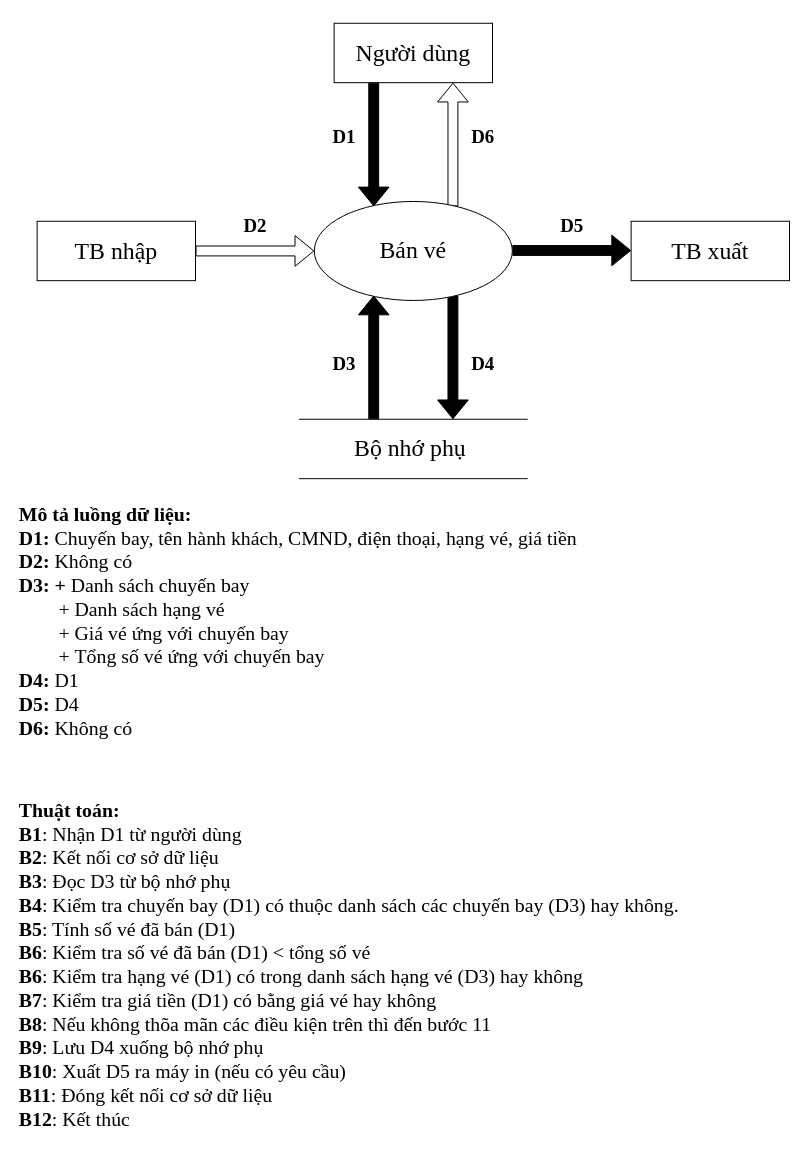
Before: DFD/yc2_luu_tru.drawio in phat9824/Flight_ticket_manegement, a draw.io diagram. Source tidied: cells renumbered, new cells numbered last; positions are measured from the earlier drawing's top-left corner, leaving out a move shared by most shapes. Both pictures are drawn from the tidied source at 99%, with x=0, y=0 at pixel (17, 23).
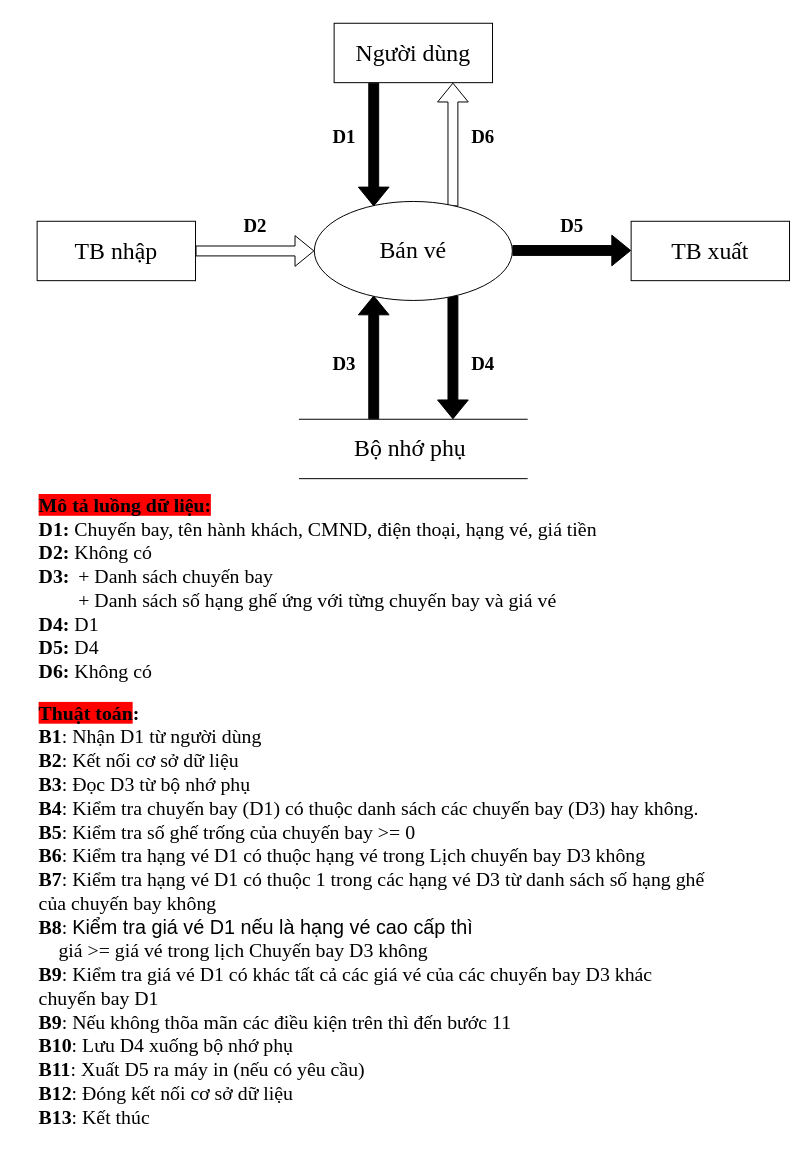
The same page after the edit.

Diff of the diagram source:
```diff
@@
-    <mxCell id="19" value="&lt;font face=&quot;Times New Roman&quot; style=&quot;font-size: 20px;&quot;&gt;&lt;b&gt;Mô tả luồng dữ liệu:&lt;br&gt;D1: &lt;/b&gt;Chuyến bay, tên hành khách, CMND, điện thoại, hạng vé, giá tiền&lt;br&gt;&lt;div style=&quot;&quot;&gt;&lt;b style=&quot;background-color: initial;&quot;&gt;D2: &lt;/b&gt;&lt;span style=&quot;background-color: initial;&quot;&gt;Không có&lt;/span&gt;&lt;/div&gt;&lt;b&gt;D3: +&amp;nbsp;&lt;/b&gt;Danh sách chuyến bay&lt;br&gt;&lt;span style=&quot;white-space: pre;&quot;&gt;&#9;&lt;/span&gt;+&amp;nbsp;Danh sách hạng vé&lt;br&gt;&lt;span style=&quot;white-space: pre;&quot;&gt;&#9;&lt;/span&gt;+ Giá vé ứng với chuyến bay&lt;br&gt;&lt;span style=&quot;white-space: pre;&quot;&gt;&#9;&lt;/span&gt;+&amp;nbsp;Tổng số vé ứng với chuyến bay&lt;br&gt;&lt;b&gt;D4: &lt;/b&gt;D1&lt;br&gt;&lt;b&gt;D5: &lt;/b&gt;D4&lt;br&gt;&lt;b&gt;D6: &lt;/b&gt;Không có&lt;/font&gt;" style="text;html=1;align=left;verticalAlign=middle;whiteSpace=wrap;rounded=0;" parent="1" vertex="1">
-      <mxGeometry y="490" width="610" height="225" as="geometry" />
+    <mxCell id="19" value="&lt;font face=&quot;Times New Roman&quot; style=&quot;font-size: 20px;&quot;&gt;&lt;b&gt;&lt;span style=&quot;background-color: rgb(255, 0, 0);&quot;&gt;Mô tả luồng dữ liệu:&lt;br&gt;&lt;/span&gt;D1: &lt;/b&gt;Chuyến bay, tên hành khách, CMND, điện thoại, hạng vé, giá tiền&lt;br&gt;&lt;div style=&quot;&quot;&gt;&lt;b style=&quot;background-color: initial;&quot;&gt;D2: &lt;/b&gt;&lt;span style=&quot;background-color: initial;&quot;&gt;Không có&lt;/span&gt;&lt;/div&gt;&lt;b&gt;D3: &lt;/b&gt;&lt;span style=&quot;font-weight: bold; white-space: pre;&quot;&gt;&#9;&lt;/span&gt;+&lt;b&gt;&amp;nbsp;&lt;/b&gt;Danh sách chuyến bay&amp;nbsp;&lt;br&gt;&lt;span style=&quot;white-space: pre;&quot;&gt;&#9;&lt;/span&gt;+ Danh sách số hạng ghế ứng với từng chuyến bay và giá vé&amp;nbsp;&lt;br&gt;&lt;b&gt;D4: &lt;/b&gt;D1&lt;br&gt;&lt;b&gt;D5: &lt;/b&gt;D4&lt;br&gt;&lt;b&gt;D6: &lt;/b&gt;Không có&lt;/font&gt;" style="text;html=1;align=left;verticalAlign=middle;whiteSpace=wrap;rounded=0;" parent="1" vertex="1">
+      <mxGeometry x="20" y="470" width="590" height="200" as="geometry" />
     </mxCell>
-    <mxCell id="20" value="&lt;font style=&quot;font-size: 20px;&quot;&gt;&lt;font face=&quot;Times New Roman&quot;&gt;&lt;b&gt;Thuật toán:&lt;br&gt;B1&lt;/b&gt;: Nhận D1 từ người dùng&lt;br&gt;&lt;b&gt;B2&lt;/b&gt;: Kết nối cơ sở dữ liệu&lt;br&gt;&lt;b&gt;B3&lt;/b&gt;: Đọc D3 từ bộ nhớ phụ&lt;br&gt;&lt;b&gt;B4&lt;/b&gt;: Kiểm tra chuyến bay (D1) có thuộc danh sách các chuyến bay (D3) hay không.&lt;br&gt;&lt;b&gt;B5&lt;/b&gt;: Tính số vé đã bán (D1)&lt;br&gt;&lt;b&gt;B6&lt;/b&gt;: Kiểm tra số vé đã bán (D1) &amp;lt; tổng số vé&lt;br&gt;&lt;b&gt;B6&lt;/b&gt;: Kiểm tra hạng vé (D1) có trong danh sách hạng vé (D3) hay không&lt;br&gt;&lt;b&gt;B7&lt;/b&gt;: Kiểm tra giá tiền (D1) có bằng giá vé hay không&lt;br&gt;&lt;b&gt;B8&lt;/b&gt;: Nếu không thõa mãn các điều kiện trên thì đến bước 11&lt;br&gt;&lt;b&gt;B9&lt;/b&gt;: Lưu D4 xuống bộ nhớ phụ&lt;br&gt;&lt;b&gt;B10&lt;/b&gt;: Xuất D5 ra máy in (nếu có yêu cầu)&lt;br&gt;&lt;b&gt;B11&lt;/b&gt;: Đóng kết nối cơ sở dữ liệu&lt;br&gt;&lt;b&gt;B12&lt;/b&gt;: Kết thúc&lt;/font&gt;&lt;br&gt;&lt;/font&gt;" style="text;html=1;align=left;verticalAlign=middle;whiteSpace=wrap;rounded=0;" parent="1" vertex="1">
-      <mxGeometry y="770" width="680" height="360" as="geometry" />
+    <mxCell id="20" value="&lt;font style=&quot;font-size: 20px;&quot;&gt;&lt;font face=&quot;Times New Roman&quot;&gt;&lt;b&gt;&lt;span style=&quot;background-color: rgb(255, 0, 0);&quot;&gt;Thuật toán&lt;/span&gt;:&lt;br&gt;B1&lt;/b&gt;: Nhận D1 từ người dùng&lt;br&gt;&lt;b&gt;B2&lt;/b&gt;: Kết nối cơ sở dữ liệu&lt;br&gt;&lt;b&gt;B3&lt;/b&gt;: Đọc D3 từ bộ nhớ phụ&lt;br&gt;&lt;b&gt;B4&lt;/b&gt;: Kiểm tra chuyến bay (D1) có thuộc danh sách các chuyến bay (D3) hay không.&lt;br&gt;&lt;b&gt;B5&lt;/b&gt;: Kiểm tra số ghế trống của chuyến bay &amp;gt;= 0&lt;br&gt;&lt;b&gt;B6&lt;/b&gt;: Kiểm tra hạng vé D1 có thuộc hạng vé trong Lịch chuyến bay D3 không&lt;br&gt;&lt;b&gt;B7&lt;/b&gt;: Kiểm tra hạng vé D1 có thuộc 1 trong các hạng vé D3 từ danh sách số hạng ghế của chuyến bay không&lt;br&gt;&lt;b&gt;B8&lt;/b&gt;:&amp;nbsp;&lt;/font&gt;Kiểm tra giá vé D1 nếu là hạng vé cao cấp thì&lt;br style=&quot;font-family: &amp;quot;Times New Roman&amp;quot;;&quot;&gt;&lt;span style=&quot;font-family: &amp;quot;Times New Roman&amp;quot;;&quot;&gt;&lt;span style=&quot;white-space: pre;&quot;&gt;&amp;nbsp;&amp;nbsp;&amp;nbsp;&amp;nbsp;&lt;/span&gt;&lt;/span&gt;&lt;span style=&quot;font-family: &amp;quot;Times New Roman&amp;quot;;&quot;&gt;giá &amp;gt;= giá vé trong lịch Chuyến bay D3 không&lt;br&gt;&lt;/span&gt;&lt;font face=&quot;Times New Roman&quot;&gt;&lt;b&gt;B9&lt;/b&gt;: Kiểm tra giá vé D1 có khác tất cả các giá vé của các chuyến bay D3 khác chuyến bay D1&lt;br&gt;&lt;b&gt;B9&lt;/b&gt;: Nếu không thõa mãn các điều kiện trên thì đến bước 11&lt;br&gt;&lt;b&gt;B10&lt;/b&gt;: Lưu D4 xuống bộ nhớ phụ&lt;br&gt;&lt;b&gt;B11&lt;/b&gt;: Xuất D5 ra máy in (nếu có yêu cầu)&lt;br&gt;&lt;b&gt;B12&lt;/b&gt;: Đóng kết nối cơ sở dữ liệu&lt;br&gt;&lt;b&gt;B13&lt;/b&gt;: Kết thúc&lt;/font&gt;&lt;br&gt;&lt;/font&gt;" style="text;html=1;align=left;verticalAlign=middle;whiteSpace=wrap;rounded=0;" parent="1" vertex="1">
+      <mxGeometry x="20" y="720" width="680" height="360" as="geometry" />
     </mxCell>
```
